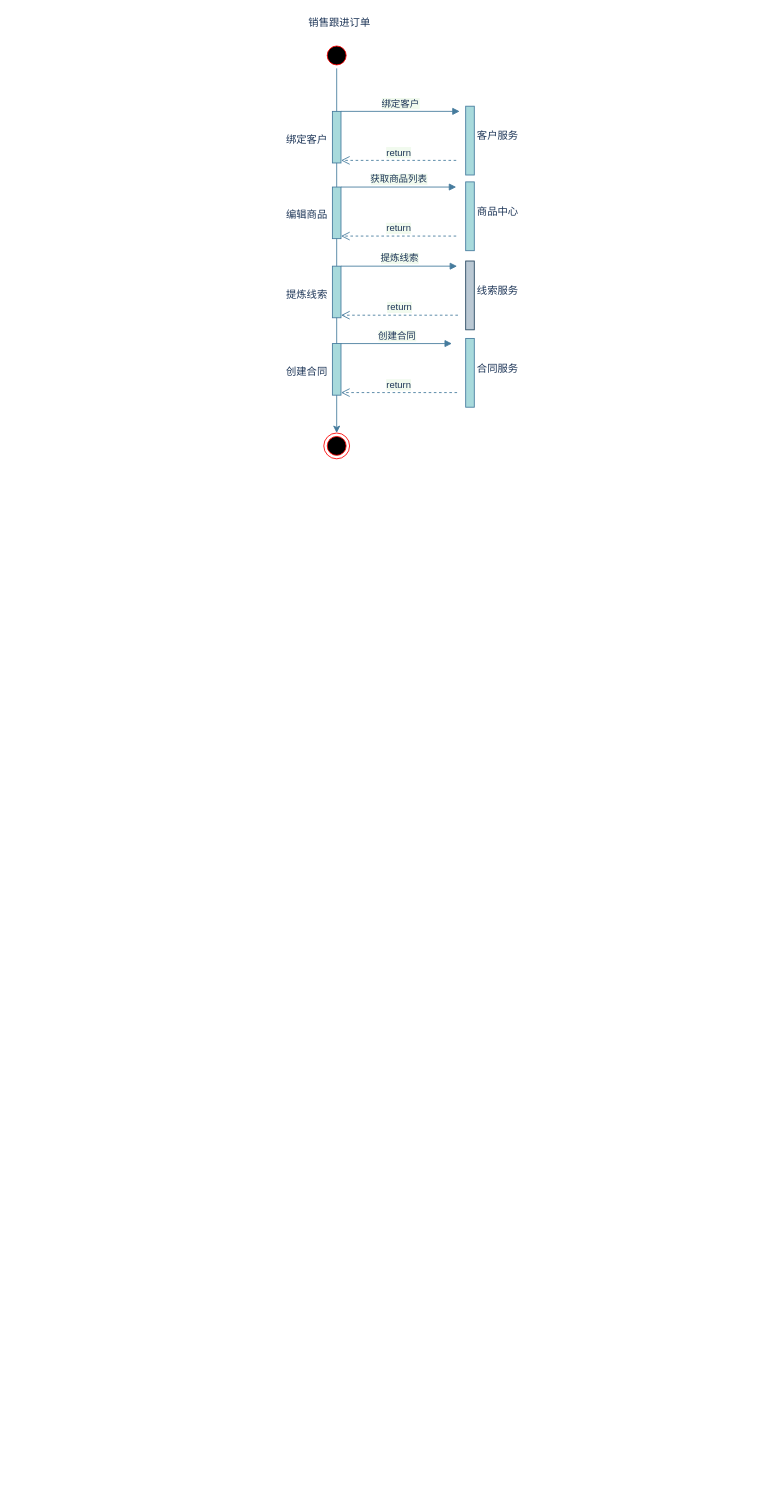
This is 鹊桥应用时序图.drawio from zhaoershuang/flow-chart, a draw.io file, before an edit. Source tidied: cells renumbered, new cells numbered last; positions are measured from the earlier drawing's top-left corner, leaving out a move shared by most shapes. Both pictures are drawn from the tidied source at 86%, with x=0, y=0 at pixel (281, 15).
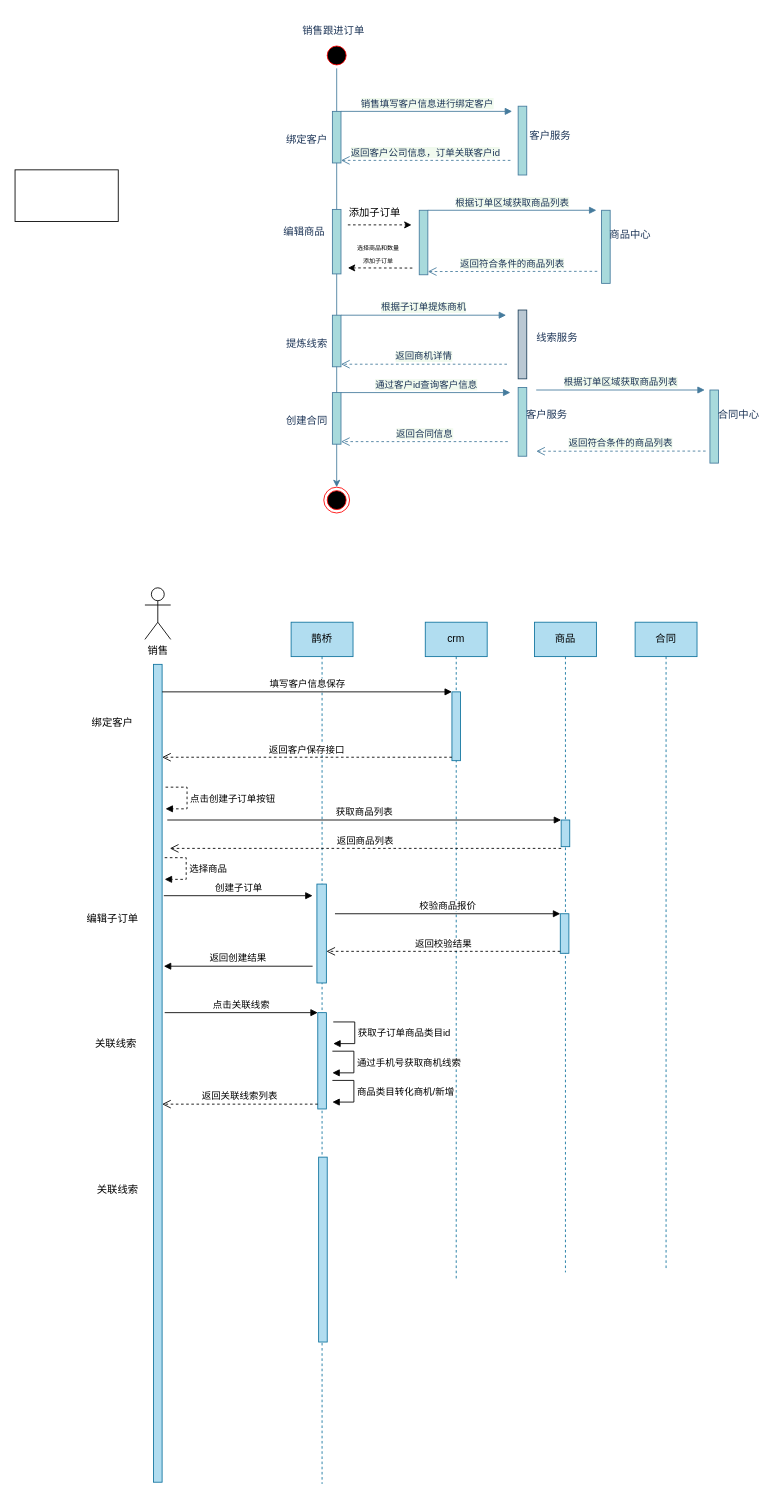
Above is the later version.

Commit message (it also covers changes not shown here):
更新鹊桥应用时序图.drawio

The change refers to these unchanged cells:
```xml
<mxCell id="4" style="html=1;points=[];perimeter=orthogonalPerimeter;rounded=0;sketch=0;fillColor=#A8DADC;strokeColor=#457B9D;fontColor=#1D3557;" parent="1" vertex="1">
  <mxGeometry x="59" y="112" width="10" height="60" as="geometry" />
</mxCell>
```

Diff of the diagram source:
```diff
@@
     <mxCell id="2" value="销售跟进订单" style="text;html=1;align=center;verticalAlign=middle;fontColor=#1D3557;" parent="1" vertex="1">
-      <mxGeometry x="26" width="82" height="18" as="geometry" />
+      <mxGeometry x="19" y="10" width="82" height="18" as="geometry" />
     </mxCell>
@@
-    <mxCell id="5" value="绑定客户" style="html=1;verticalAlign=bottom;endArrow=block;entryX=1;entryY=0;strokeColor=#457B9D;fontColor=#1D3557;labelBackgroundColor=#F1FAEE;exitX=1;exitY=0;exitDx=0;exitDy=0;" parent="1" edge="1" source="4">
+    <mxCell id="5" value="销售填写客户信息进行绑定客户" style="html=1;verticalAlign=bottom;endArrow=block;strokeColor=#457B9D;fontColor=#1D3557;labelBackgroundColor=#F1FAEE;exitX=1;exitY=0;exitDx=0;exitDy=0;" parent="1" edge="1" source="4">
       <mxGeometry relative="1" as="geometry">
-        <mxPoint x="207" y="112" as="targetPoint" />
+        <mxPoint x="268" y="112" as="targetPoint" />
       </mxGeometry>
     </mxCell>
-    <mxCell id="6" value="return" style="html=1;verticalAlign=bottom;endArrow=open;dashed=1;endSize=8;exitX=1;exitY=0.95;strokeColor=#457B9D;fontColor=#1D3557;labelBackgroundColor=#F1FAEE;entryX=1;entryY=0.95;entryDx=0;entryDy=0;" parent="1" edge="1" target="4">
+    <mxCell id="6" value="返回客户公司信息，订单关联客户id" style="html=1;verticalAlign=bottom;endArrow=open;dashed=1;endSize=8;strokeColor=#457B9D;fontColor=#1D3557;labelBackgroundColor=#F1FAEE;entryX=1;entryY=0.95;entryDx=0;entryDy=0;" parent="1" edge="1" target="4">
       <mxGeometry relative="1" as="geometry">
-        <mxPoint x="203" y="169" as="sourcePoint" />
+        <mxPoint x="266" y="169" as="sourcePoint" />
       </mxGeometry>
     </mxCell>
     <mxCell id="7" style="html=1;perimeter=orthogonalPerimeter;rounded=0;sketch=0;fillColor=#A8DADC;strokeColor=#457B9D;fontColor=#1D3557;" parent="1" vertex="1">
-      <mxGeometry x="214" y="106" width="10" height="80" as="geometry" />
+      <mxGeometry x="275" y="106" width="10" height="80" as="geometry" />
     </mxCell>
@@
     <mxCell id="9" value="客户服务" style="text;html=1;align=center;verticalAlign=middle;fontColor=#1D3557;" parent="1" vertex="1">
-      <mxGeometry x="222" y="132" width="58" height="18" as="geometry" />
+      <mxGeometry x="283" y="132" width="58" height="18" as="geometry" />
     </mxCell>
     <mxCell id="10" style="html=1;points=[];perimeter=orthogonalPerimeter;rounded=0;sketch=0;fillColor=#A8DADC;strokeColor=#457B9D;fontColor=#1D3557;" parent="1" vertex="1">
-      <mxGeometry x="59" y="200" width="10" height="60" as="geometry" />
+      <mxGeometry x="160" y="227" width="10" height="75" as="geometry" />
     </mxCell>
-    <mxCell id="11" value="获取商品列表" style="html=1;verticalAlign=bottom;endArrow=block;entryX=1;entryY=0;strokeColor=#457B9D;fontColor=#1D3557;labelBackgroundColor=#F1FAEE;exitX=1;exitY=0;exitDx=0;exitDy=0;" parent="1" edge="1" source="10">
+    <mxCell id="11" value="根据订单区域获取商品列表" style="html=1;verticalAlign=bottom;endArrow=block;strokeColor=#457B9D;fontColor=#1D3557;labelBackgroundColor=#F1FAEE;exitX=1;exitY=0;exitDx=0;exitDy=0;" parent="1" edge="1" source="10">
       <mxGeometry relative="1" as="geometry">
-        <mxPoint x="203" y="200" as="targetPoint" />
+        <mxPoint x="366" y="227" as="targetPoint" />
       </mxGeometry>
     </mxCell>
-    <mxCell id="12" value="return" style="html=1;verticalAlign=bottom;endArrow=open;dashed=1;endSize=8;exitX=1;exitY=0.95;strokeColor=#457B9D;fontColor=#1D3557;labelBackgroundColor=#F1FAEE;entryX=1;entryY=0.95;entryDx=0;entryDy=0;" parent="1" edge="1" target="10">
+    <mxCell id="12" value="返回符合条件的商品列表" style="html=1;verticalAlign=bottom;endArrow=open;dashed=1;endSize=8;strokeColor=#457B9D;fontColor=#1D3557;labelBackgroundColor=#F1FAEE;entryX=1;entryY=0.95;entryDx=0;entryDy=0;" parent="1" edge="1" target="10">
       <mxGeometry relative="1" as="geometry">
-        <mxPoint x="203" y="257" as="sourcePoint" />
+        <mxPoint x="367" y="298" as="sourcePoint" />
       </mxGeometry>
     </mxCell>
     <mxCell id="13" style="html=1;perimeter=orthogonalPerimeter;rounded=0;sketch=0;fillColor=#A8DADC;strokeColor=#457B9D;fontColor=#1D3557;" parent="1" vertex="1">
-      <mxGeometry x="214" y="194" width="10" height="80" as="geometry" />
+      <mxGeometry x="372" y="227" width="10" height="85" as="geometry" />
     </mxCell>
     <mxCell id="14" value="编辑商品" style="text;html=1;align=center;verticalAlign=middle;fontColor=#1D3557;" parent="1" vertex="1">
-      <mxGeometry y="224" width="58" height="18" as="geometry" />
+      <mxGeometry x="-3" y="243" width="58" height="18" as="geometry" />
     </mxCell>
     <mxCell id="15" value="商品中心" style="text;html=1;align=center;verticalAlign=middle;fontColor=#1D3557;" parent="1" vertex="1">
-      <mxGeometry x="222" y="220" width="58" height="18" as="geometry" />
+      <mxGeometry x="376" y="247" width="58" height="18" as="geometry" />
     </mxCell>
     <mxCell id="16" style="html=1;points=[];perimeter=orthogonalPerimeter;rounded=0;sketch=0;fillColor=#A8DADC;strokeColor=#457B9D;fontColor=#1D3557;" parent="1" vertex="1">
-      <mxGeometry x="59" y="292" width="10" height="60" as="geometry" />
+      <mxGeometry x="59" y="349" width="10" height="60" as="geometry" />
     </mxCell>
-    <mxCell id="17" value="提炼线索" style="html=1;verticalAlign=bottom;endArrow=block;entryX=1;entryY=0;strokeColor=#457B9D;fontColor=#1D3557;labelBackgroundColor=#F1FAEE;exitX=1;exitY=0;exitDx=0;exitDy=0;" parent="1" edge="1" source="16">
+    <mxCell id="17" value="根据子订单提炼商机" style="html=1;verticalAlign=bottom;endArrow=block;strokeColor=#457B9D;fontColor=#1D3557;labelBackgroundColor=#F1FAEE;exitX=1;exitY=0;exitDx=0;exitDy=0;" parent="1" edge="1" source="16">
       <mxGeometry relative="1" as="geometry">
-        <mxPoint x="204" y="292" as="targetPoint" />
+        <mxPoint x="261" y="349" as="targetPoint" />
       </mxGeometry>
     </mxCell>
-    <mxCell id="18" value="return" style="html=1;verticalAlign=bottom;endArrow=open;dashed=1;endSize=8;exitX=1;exitY=0.95;strokeColor=#457B9D;fontColor=#1D3557;labelBackgroundColor=#F1FAEE;entryX=1;entryY=0.95;entryDx=0;entryDy=0;" parent="1" edge="1" target="16">
+    <mxCell id="18" value="返回商机详情" style="html=1;verticalAlign=bottom;endArrow=open;dashed=1;endSize=8;strokeColor=#457B9D;fontColor=#1D3557;labelBackgroundColor=#F1FAEE;entryX=1;entryY=0.95;entryDx=0;entryDy=0;" parent="1" edge="1" target="16">
       <mxGeometry relative="1" as="geometry">
-        <mxPoint x="205" y="349" as="sourcePoint" />
+        <mxPoint x="262" y="406" as="sourcePoint" />
       </mxGeometry>
     </mxCell>
     <mxCell id="19" style="html=1;perimeter=orthogonalPerimeter;rounded=0;sketch=0;fillColor=#bac8d3;strokeColor=#23445d;" parent="1" vertex="1">
-      <mxGeometry x="214" y="286" width="10" height="80" as="geometry" />
+      <mxGeometry x="275" y="343" width="10" height="80" as="geometry" />
     </mxCell>
     <mxCell id="20" value="提炼线索" style="text;html=1;align=center;verticalAlign=middle;fontColor=#1D3557;" parent="1" vertex="1">
-      <mxGeometry y="316" width="58" height="18" as="geometry" />
+      <mxGeometry y="373" width="58" height="18" as="geometry" />
     </mxCell>
     <mxCell id="21" value="线索服务" style="text;html=1;align=center;verticalAlign=middle;fontColor=#1D3557;" parent="1" vertex="1">
-      <mxGeometry x="222" y="312" width="58" height="18" as="geometry" />
+      <mxGeometry x="291" y="366" width="58" height="18" as="geometry" />
     </mxCell>
     <mxCell id="22" style="html=1;points=[];perimeter=orthogonalPerimeter;rounded=0;sketch=0;fillColor=#A8DADC;strokeColor=#457B9D;fontColor=#1D3557;" parent="1" vertex="1">
-      <mxGeometry x="59" y="382" width="10" height="60" as="geometry" />
+      <mxGeometry x="59" y="439" width="10" height="60" as="geometry" />
     </mxCell>
-    <mxCell id="23" value="创建合同" style="html=1;verticalAlign=bottom;endArrow=block;entryX=1;entryY=0;strokeColor=#457B9D;fontColor=#1D3557;labelBackgroundColor=#F1FAEE;exitX=1;exitY=0;exitDx=0;exitDy=0;" parent="1" edge="1" source="22">
+    <mxCell id="23" value="通过客户id查询客户信息" style="html=1;verticalAlign=bottom;endArrow=block;strokeColor=#457B9D;fontColor=#1D3557;labelBackgroundColor=#F1FAEE;exitX=1;exitY=0;exitDx=0;exitDy=0;" parent="1" edge="1" source="22">
       <mxGeometry relative="1" as="geometry">
-        <mxPoint x="198" y="382" as="targetPoint" />
+        <mxPoint x="266" y="439" as="targetPoint" />
       </mxGeometry>
     </mxCell>
-    <mxCell id="24" value="return" style="html=1;verticalAlign=bottom;endArrow=open;dashed=1;endSize=8;exitX=1;exitY=0.95;strokeColor=#457B9D;fontColor=#1D3557;labelBackgroundColor=#F1FAEE;entryX=1;entryY=0.95;entryDx=0;entryDy=0;" parent="1" edge="1" target="22">
+    <mxCell id="24" value="返回合同信息" style="html=1;verticalAlign=bottom;endArrow=open;dashed=1;endSize=8;strokeColor=#457B9D;fontColor=#1D3557;labelBackgroundColor=#F1FAEE;entryX=1;entryY=0.95;entryDx=0;entryDy=0;" parent="1" edge="1" target="22">
       <mxGeometry relative="1" as="geometry">
-        <mxPoint x="204" y="439" as="sourcePoint" />
+        <mxPoint x="263" y="496" as="sourcePoint" />
       </mxGeometry>
     </mxCell>
     <mxCell id="25" style="html=1;perimeter=orthogonalPerimeter;rounded=0;sketch=0;fillColor=#A8DADC;strokeColor=#457B9D;fontColor=#1D3557;" parent="1" vertex="1">
-      <mxGeometry x="214" y="376" width="10" height="80" as="geometry" />
+      <mxGeometry x="275" y="433" width="10" height="80" as="geometry" />
     </mxCell>
     <mxCell id="26" value="创建合同" style="text;html=1;align=center;verticalAlign=middle;fontColor=#1D3557;" parent="1" vertex="1">
-      <mxGeometry y="406" width="58" height="18" as="geometry" />
+      <mxGeometry y="463" width="58" height="18" as="geometry" />
     </mxCell>
-    <mxCell id="27" value="合同服务" style="text;html=1;align=center;verticalAlign=middle;fontColor=#1D3557;" parent="1" vertex="1">
-      <mxGeometry x="222" y="402" width="58" height="18" as="geometry" />
+    <mxCell id="27" value="客户服务" style="text;html=1;align=center;verticalAlign=middle;fontColor=#1D3557;" parent="1" vertex="1">
+      <mxGeometry x="279" y="456" width="58" height="18" as="geometry" />
     </mxCell>
     <mxCell id="28" style="ellipse;html=1;shape=endState;fillColor=#000000;strokeColor=#ff0000;rounded=0;sketch=0;fontColor=#1D3557;" parent="1" vertex="1">
-      <mxGeometry x="49" y="486" width="30" height="30" as="geometry" />
+      <mxGeometry x="49" y="549" width="30" height="30" as="geometry" />
     </mxCell>
@@
+    <mxCell id="30" style="rounded=0;whiteSpace=wrap;html=1;" parent="1" vertex="1">
+      <mxGeometry x="-310" y="180" width="120" height="60" as="geometry" />
+    </mxCell>
+    <mxCell id="31" style="endArrow=classic;html=1;dashed=1;" parent="1" edge="1">
+      <mxGeometry relative="1" as="geometry">
+        <mxPoint x="77" y="244" as="sourcePoint" />
+        <mxPoint x="151" y="244" as="targetPoint" />
+      </mxGeometry>
+    </mxCell>
+    <mxCell id="32" value="添加子订单" style="text;html=1;align=center;verticalAlign=middle;" parent="1" vertex="1">
+      <mxGeometry x="73" y="221" width="70" height="18" as="geometry" />
+    </mxCell>
+    <mxCell id="33" style="endArrow=classic;html=1;dashed=1;" parent="1" edge="1">
+      <mxGeometry relative="1" as="geometry">
+        <mxPoint x="152" y="294.2" as="sourcePoint" />
+        <mxPoint x="77" y="294" as="targetPoint" />
+      </mxGeometry>
+    </mxCell>
+    <mxCell id="34" value="&lt;font style=&quot;font-size: 7px&quot;&gt;选择商品和数量&lt;br style=&quot;font-size: 7px&quot;&gt;添加子订单&lt;/font&gt;" style="text;html=1;align=center;verticalAlign=middle;" parent="1" vertex="1">
+      <mxGeometry x="65" y="261" width="94" height="32" as="geometry" />
+    </mxCell>
+    <mxCell id="35" style="html=1;perimeter=orthogonalPerimeter;rounded=0;sketch=0;fillColor=#A8DADC;strokeColor=#457B9D;fontColor=#1D3557;" parent="1" vertex="1">
+      <mxGeometry x="59" y="226" width="10" height="75" as="geometry" />
+    </mxCell>
+    <mxCell id="36" value="根据订单区域获取商品列表" style="html=1;verticalAlign=bottom;endArrow=block;strokeColor=#457B9D;fontColor=#1D3557;labelBackgroundColor=#F1FAEE;exitX=1;exitY=0;exitDx=0;exitDy=0;" parent="1" edge="1">
+      <mxGeometry relative="1" as="geometry">
+        <mxPoint x="296" y="436" as="sourcePoint" />
+        <mxPoint x="492" y="436" as="targetPoint" />
+      </mxGeometry>
+    </mxCell>
+    <mxCell id="37" value="返回符合条件的商品列表" style="html=1;verticalAlign=bottom;endArrow=open;dashed=1;endSize=8;strokeColor=#457B9D;fontColor=#1D3557;labelBackgroundColor=#F1FAEE;entryX=1;entryY=0.95;entryDx=0;entryDy=0;" parent="1" edge="1">
+      <mxGeometry relative="1" as="geometry">
+        <mxPoint x="493" y="507" as="sourcePoint" />
+        <mxPoint x="296" y="507.2" as="targetPoint" />
+      </mxGeometry>
+    </mxCell>
+    <mxCell id="38" style="html=1;perimeter=orthogonalPerimeter;rounded=0;sketch=0;fillColor=#A8DADC;strokeColor=#457B9D;fontColor=#1D3557;" parent="1" vertex="1">
+      <mxGeometry x="498" y="436" width="10" height="85" as="geometry" />
+    </mxCell>
+    <mxCell id="39" value="合同中心" style="text;html=1;align=center;verticalAlign=middle;fontColor=#1D3557;" parent="1" vertex="1">
+      <mxGeometry x="502" y="456" width="58" height="18" as="geometry" />
+    </mxCell>
+    <mxCell id="40" value="销售" style="shape=umlActor;verticalLabelPosition=bottom;verticalAlign=top;html=1;" parent="1" vertex="1">
+      <mxGeometry x="-159" y="666" width="30" height="60" as="geometry" />
+    </mxCell>
+    <mxCell id="41" style="html=1;points=[];perimeter=orthogonalPerimeter;fillColor=#b1ddf0;strokeColor=#10739e;" parent="1" vertex="1">
+      <mxGeometry x="-149" y="755" width="10" height="951" as="geometry" />
+    </mxCell>
+    <mxCell id="42" value="鹊桥" style="shape=umlLifeline;perimeter=lifelinePerimeter;whiteSpace=wrap;html=1;fillColor=#b1ddf0;strokeColor=#10739e;" parent="1" vertex="1">
+      <mxGeometry x="11" y="706" width="72" height="1002" as="geometry" />
+    </mxCell>
+    <mxCell id="43" style="html=1;points=[];perimeter=orthogonalPerimeter;fillColor=#b1ddf0;strokeColor=#10739e;" parent="42" vertex="1">
+      <mxGeometry x="30" y="304.5" width="11" height="115" as="geometry" />
+    </mxCell>
+    <mxCell id="44" style="html=1;points=[];perimeter=orthogonalPerimeter;fillColor=#b1ddf0;strokeColor=#10739e;" parent="42" vertex="1">
+      <mxGeometry x="31" y="454" width="10" height="112" as="geometry" />
+    </mxCell>
+    <mxCell id="45" value="点击关联线索" style="html=1;verticalAlign=bottom;endArrow=block;entryX=0;entryY=0;" parent="42" edge="1" target="44">
+      <mxGeometry relative="1" as="geometry">
+        <mxPoint x="-147" y="454" as="sourcePoint" />
+      </mxGeometry>
+    </mxCell>
+    <mxCell id="46" style="html=1;perimeter=orthogonalPerimeter;fillColor=#b1ddf0;strokeColor=#10739e;" parent="42" vertex="1">
+      <mxGeometry x="32" y="622" width="10" height="215" as="geometry" />
+    </mxCell>
+    <mxCell id="47" value="crm" style="shape=umlLifeline;perimeter=lifelinePerimeter;whiteSpace=wrap;html=1;fillColor=#b1ddf0;strokeColor=#10739e;" parent="1" vertex="1">
+      <mxGeometry x="167" y="706" width="72" height="765" as="geometry" />
+    </mxCell>
+    <mxCell id="48" style="html=1;points=[];perimeter=orthogonalPerimeter;fillColor=#b1ddf0;strokeColor=#10739e;" parent="47" vertex="1">
+      <mxGeometry x="31" y="81" width="10" height="80" as="geometry" />
+    </mxCell>
+    <mxCell id="49" value="商品" style="shape=umlLifeline;perimeter=lifelinePerimeter;whiteSpace=wrap;html=1;fillColor=#b1ddf0;strokeColor=#10739e;" parent="1" vertex="1">
+      <mxGeometry x="294" y="706" width="72" height="756" as="geometry" />
+    </mxCell>
+    <mxCell id="50" value="获取商品列表" style="html=1;verticalAlign=bottom;endArrow=block;entryX=0;entryY=0;" parent="49" edge="1" target="51">
+      <mxGeometry relative="1" as="geometry">
+        <mxPoint x="-427" y="230" as="sourcePoint" />
+      </mxGeometry>
+    </mxCell>
+    <mxCell id="51" style="html=1;points=[];perimeter=orthogonalPerimeter;fillColor=#b1ddf0;strokeColor=#10739e;" parent="49" vertex="1">
+      <mxGeometry x="31" y="230" width="10" height="31" as="geometry" />
+    </mxCell>
+    <mxCell id="52" value="返回商品列表" style="html=1;verticalAlign=bottom;endArrow=open;dashed=1;endSize=8;exitX=0;exitY=0.95;" parent="49" edge="1">
+      <mxGeometry relative="1" as="geometry">
+        <mxPoint x="31" y="263" as="sourcePoint" />
+        <mxPoint x="-424" y="263" as="targetPoint" />
+      </mxGeometry>
+    </mxCell>
+    <mxCell id="53" style="html=1;points=[];perimeter=orthogonalPerimeter;fillColor=#b1ddf0;strokeColor=#10739e;" parent="49" vertex="1">
+      <mxGeometry x="30" y="339" width="10" height="46" as="geometry" />
+    </mxCell>
+    <mxCell id="54" value="校验商品报价" style="html=1;verticalAlign=bottom;endArrow=block;entryX=0;entryY=0;" parent="49" edge="1" target="53">
+      <mxGeometry relative="1" as="geometry">
+        <mxPoint x="-232" y="339" as="sourcePoint" />
+      </mxGeometry>
+    </mxCell>
+    <mxCell id="55" value="合同" style="shape=umlLifeline;perimeter=lifelinePerimeter;whiteSpace=wrap;html=1;fillColor=#b1ddf0;strokeColor=#10739e;" parent="1" vertex="1">
+      <mxGeometry x="411" y="706" width="72" height="754" as="geometry" />
+    </mxCell>
+    <mxCell id="56" value="填写客户信息保存" style="html=1;verticalAlign=bottom;endArrow=block;entryX=0;entryY=0;" parent="1" edge="1" source="41" target="48">
+      <mxGeometry relative="1" as="geometry" />
+    </mxCell>
+    <mxCell id="57" value="返回客户保存接口" style="html=1;verticalAlign=bottom;endArrow=open;dashed=1;endSize=8;exitX=0;exitY=0.95;" parent="1" edge="1" source="48" target="41">
+      <mxGeometry relative="1" as="geometry" />
+    </mxCell>
+    <mxCell id="58" value="绑定客户" style="text;html=1;align=center;verticalAlign=middle;" parent="1" vertex="1">
+      <mxGeometry x="-226" y="814" width="58" height="18" as="geometry" />
+    </mxCell>
+    <mxCell id="59" value="编辑子订单" style="text;html=1;align=center;verticalAlign=middle;" parent="1" vertex="1">
+      <mxGeometry x="-232" y="1042" width="70" height="18" as="geometry" />
+    </mxCell>
+    <mxCell id="60" value="点击创建子订单按钮" style="edgeStyle=orthogonalEdgeStyle;html=1;align=left;spacingLeft=2;endArrow=block;rounded=0;entryX=0.1;entryY=0.33;entryDx=0;entryDy=0;entryPerimeter=0;exitX=0.1;exitY=0.33;exitDx=0;exitDy=0;exitPerimeter=0;dashed=1;" parent="1" edge="1">
+      <mxGeometry relative="1" as="geometry">
+        <mxPoint x="-135" y="897.8" as="sourcePoint" />
+        <mxPoint x="-135" y="923" as="targetPoint" />
+        <Array as="points">
+          <mxPoint x="-110" y="898" />
+          <mxPoint x="-110" y="923" />
+        </Array>
+      </mxGeometry>
+    </mxCell>
+    <mxCell id="61" value="选择商品" style="edgeStyle=orthogonalEdgeStyle;html=1;align=left;spacingLeft=2;endArrow=block;rounded=0;entryX=0.1;entryY=0.33;entryDx=0;entryDy=0;entryPerimeter=0;exitX=0.1;exitY=0.33;exitDx=0;exitDy=0;exitPerimeter=0;dashed=1;" parent="1" edge="1">
+      <mxGeometry relative="1" as="geometry">
+        <mxPoint x="-136" y="979.8" as="sourcePoint" />
+        <mxPoint x="-136" y="1005" as="targetPoint" />
+        <Array as="points">
+          <mxPoint x="-111" y="980" />
+          <mxPoint x="-111" y="1005" />
+        </Array>
+      </mxGeometry>
+    </mxCell>
+    <mxCell id="62" value="返回校验结果" style="html=1;verticalAlign=bottom;endArrow=open;dashed=1;endSize=8;exitX=0;exitY=0.95;" parent="1" edge="1" source="53" target="43">
+      <mxGeometry relative="1" as="geometry" />
+    </mxCell>
+    <mxCell id="63" value="创建子订单" style="html=1;verticalAlign=bottom;endArrow=block;" parent="1" edge="1">
+      <mxGeometry relative="1" as="geometry">
+        <mxPoint x="-137" y="1024" as="sourcePoint" />
+        <mxPoint x="36" y="1024" as="targetPoint" />
+      </mxGeometry>
+    </mxCell>
+    <mxCell id="64" value="返回创建结果" style="html=1;verticalAlign=bottom;endArrow=block;" parent="1" edge="1">
+      <mxGeometry relative="1" as="geometry">
+        <mxPoint x="36" y="1106" as="sourcePoint" />
+        <mxPoint x="-137" y="1106" as="targetPoint" />
+      </mxGeometry>
+    </mxCell>
+    <mxCell id="65" value="关联线索" style="text;html=1;align=center;verticalAlign=middle;" parent="1" vertex="1">
+      <mxGeometry x="-222" y="1187" width="58" height="18" as="geometry" />
+    </mxCell>
+    <mxCell id="66" value="返回关联线索列表" style="html=1;verticalAlign=bottom;endArrow=open;dashed=1;endSize=8;exitX=0;exitY=0.95;" parent="1" edge="1" source="44" target="41">
+      <mxGeometry relative="1" as="geometry" />
+    </mxCell>
+    <mxCell id="67" value="获取子订单商品类目id" style="edgeStyle=orthogonalEdgeStyle;html=1;align=left;spacingLeft=2;endArrow=block;rounded=0;entryX=0.1;entryY=0.33;entryDx=0;entryDy=0;entryPerimeter=0;exitX=0.1;exitY=0.33;exitDx=0;exitDy=0;exitPerimeter=0;" parent="1" edge="1">
+      <mxGeometry relative="1" as="geometry">
+        <mxPoint x="60" y="1170.8" as="sourcePoint" />
+        <mxPoint x="60" y="1196" as="targetPoint" />
+        <Array as="points">
+          <mxPoint x="85" y="1171" />
+          <mxPoint x="85" y="1196" />
+        </Array>
+      </mxGeometry>
+    </mxCell>
+    <mxCell id="68" value="通过手机号获取商机线索" style="edgeStyle=orthogonalEdgeStyle;html=1;align=left;spacingLeft=2;endArrow=block;rounded=0;entryX=0.1;entryY=0.33;entryDx=0;entryDy=0;entryPerimeter=0;exitX=0.1;exitY=0.33;exitDx=0;exitDy=0;exitPerimeter=0;" parent="1" edge="1">
+      <mxGeometry relative="1" as="geometry">
+        <mxPoint x="59" y="1204.8" as="sourcePoint" />
+        <mxPoint x="59" y="1230" as="targetPoint" />
+        <Array as="points">
+          <mxPoint x="84" y="1205" />
+          <mxPoint x="84" y="1230" />
+        </Array>
+      </mxGeometry>
+    </mxCell>
+    <mxCell id="69" value="商品类目转化商机/新增" style="edgeStyle=orthogonalEdgeStyle;html=1;align=left;spacingLeft=2;endArrow=block;rounded=0;entryX=0.1;entryY=0.33;entryDx=0;entryDy=0;entryPerimeter=0;exitX=0.1;exitY=0.33;exitDx=0;exitDy=0;exitPerimeter=0;" parent="1" edge="1">
+      <mxGeometry relative="1" as="geometry">
+        <mxPoint x="59" y="1238.8" as="sourcePoint" />
+        <mxPoint x="59" y="1264" as="targetPoint" />
+        <Array as="points">
+          <mxPoint x="84" y="1239" />
+          <mxPoint x="84" y="1264" />
+        </Array>
+      </mxGeometry>
+    </mxCell>
+    <mxCell id="70" value="关联线索" style="text;html=1;align=center;verticalAlign=middle;" parent="1" vertex="1">
+      <mxGeometry x="-220" y="1357" width="58" height="18" as="geometry" />
+    </mxCell>
```
